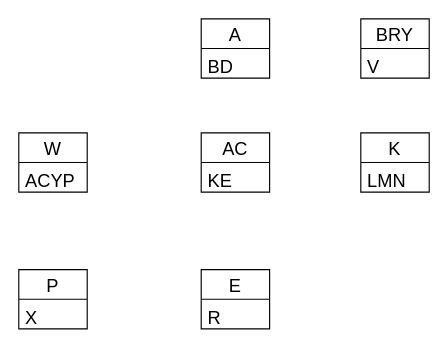
Earlier version of the draw.io diagram page "Page-1" (1 of 2) of Untitled Diagram.drawio (DMfananddu/Computing-Facilities-AIPCS). Source tidied: cells renumbered, new cells numbered last; positions are measured from the earlier drawing's top-left corner, leaving out a move shared by most shapes. Both pictures are drawn from the tidied source at 114%, with x=0, y=0 at pixel (18, 18).
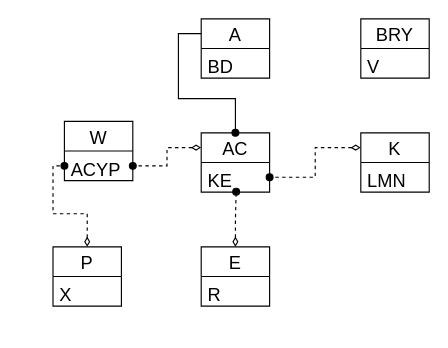
After the change.

The change refers to these unchanged cells:
```xml
<mxCell id="4" value="A" style="swimlane;fontStyle=0;horizontal=1;startSize=26;fillColor=none;fontSize=16;" parent="1" vertex="1">
  <mxGeometry x="160" width="60" height="52" as="geometry" />
</mxCell>
<mxCell id="6" value="AC" style="swimlane;fontStyle=0;horizontal=1;startSize=26;fillColor=none;fontSize=16;" parent="1" vertex="1">
  <mxGeometry x="160" y="100" width="60" height="52" as="geometry" />
</mxCell>
<mxCell id="7" value="KE" style="text;strokeColor=none;fillColor=none;align=left;verticalAlign=top;spacingLeft=4;spacingRight=4;overflow=hidden;points=[[0,0.5],[1,0.5]];portConstraint=eastwest;fontSize=16;" parent="6" vertex="1">
  <mxGeometry y="26" width="60" height="26" as="geometry" />
</mxCell>
<mxCell id="8" value="K" style="swimlane;fontStyle=0;horizontal=1;startSize=26;fillColor=none;fontSize=16;" parent="1" vertex="1">
  <mxGeometry x="300" y="100" width="60" height="52" as="geometry" />
</mxCell>
<mxCell id="13" value="ACYP" style="text;strokeColor=none;fillColor=none;align=left;verticalAlign=top;spacingLeft=4;spacingRight=4;overflow=hidden;points=[[0,0.5],[1,0.5]];portConstraint=eastwest;fontSize=16;" parent="12" vertex="1">
  <mxGeometry y="26" width="60" height="26" as="geometry" />
</mxCell>
```

The edit, as a diff of the source:
```diff
@@
     <mxCell id="10" value="E" style="swimlane;fontStyle=0;horizontal=1;startSize=26;fillColor=none;fontSize=16;" parent="1" vertex="1">
-      <mxGeometry x="160" y="220" width="60" height="52" as="geometry" />
+      <mxGeometry x="160" y="200" width="60" height="52" as="geometry" />
     </mxCell>
@@
     <mxCell id="12" value="W" style="swimlane;fontStyle=0;horizontal=1;startSize=26;fillColor=none;fontSize=16;" parent="1" vertex="1">
-      <mxGeometry y="100" width="60" height="52" as="geometry" />
+      <mxGeometry x="40" y="90" width="60" height="52" as="geometry" />
     </mxCell>
@@
     <mxCell id="14" value="P" style="swimlane;fontStyle=0;horizontal=1;startSize=26;fillColor=none;fontSize=16;" parent="1" vertex="1">
-      <mxGeometry y="220" width="60" height="52" as="geometry" />
+      <mxGeometry x="30" y="200" width="60" height="52" as="geometry" />
     </mxCell>
@@
+    <mxCell id="16" style="endArrow=oval;html=1;fontSize=16;exitX=0;exitY=0.25;exitDx=0;exitDy=0;entryX=0.5;entryY=0;entryDx=0;entryDy=0;edgeStyle=orthogonalEdgeStyle;endFill=1;rounded=0;" parent="1" edge="1" source="4" target="6">
+      <mxGeometry relative="1" as="geometry">
+        <Array as="points">
+          <mxPoint x="140" y="13" />
+          <mxPoint x="140" y="70" />
+          <mxPoint x="190" y="70" />
+        </Array>
+      </mxGeometry>
+    </mxCell>
+    <mxCell id="17" style="endArrow=oval;html=1;fontSize=16;exitX=0;exitY=0.25;exitDx=0;exitDy=0;entryX=1;entryY=0.5;entryDx=0;entryDy=0;edgeStyle=orthogonalEdgeStyle;rounded=0;endFill=1;startArrow=diamondThin;startFill=0;dashed=1;" parent="1" edge="1" source="8" target="7">
+      <mxGeometry relative="1" as="geometry" />
+    </mxCell>
+    <mxCell id="18" style="endArrow=oval;html=1;fontSize=16;exitX=0.5;exitY=0;exitDx=0;exitDy=0;entryX=0.511;entryY=0.987;entryDx=0;entryDy=0;edgeStyle=orthogonalEdgeStyle;rounded=0;endFill=1;startArrow=diamondThin;startFill=0;dashed=1;entryPerimeter=0;" parent="1" edge="1" source="10" target="7">
+      <mxGeometry relative="1" as="geometry" />
+    </mxCell>
+    <mxCell id="19" style="endArrow=oval;html=1;fontSize=16;exitX=0;exitY=0.25;exitDx=0;exitDy=0;entryX=1;entryY=0.5;entryDx=0;entryDy=0;edgeStyle=orthogonalEdgeStyle;rounded=0;endFill=1;startArrow=diamondThin;startFill=0;dashed=1;" parent="1" edge="1" source="6" target="13">
+      <mxGeometry relative="1" as="geometry" />
+    </mxCell>
+    <mxCell id="20" style="endArrow=oval;html=1;fontSize=16;exitX=0.5;exitY=0;exitDx=0;exitDy=0;entryX=0;entryY=0.5;entryDx=0;entryDy=0;edgeStyle=orthogonalEdgeStyle;rounded=0;endFill=1;startArrow=diamondThin;startFill=0;dashed=1;" parent="1" edge="1" source="14" target="13">
+      <mxGeometry relative="1" as="geometry" />
+    </mxCell>
```
